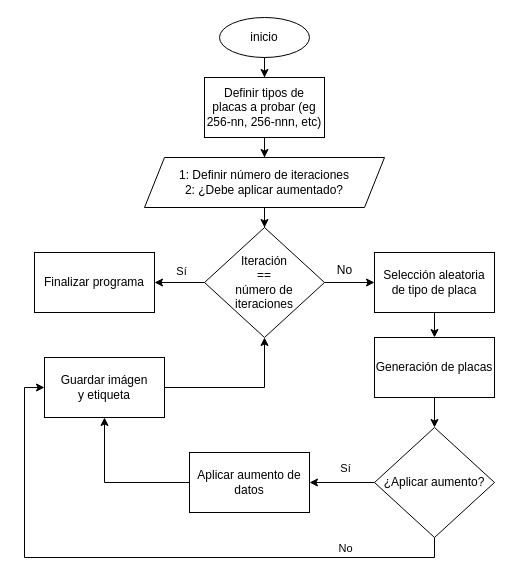
Above: doc/cap1/dibujos/generacion-de-multiples-imagenes.drawio in jcorea510/TFG-ANPR (draw.io), before the change. Source tidied: cells renumbered, new cells numbered last; positions are measured from the earlier drawing's top-left corner, leaving out a move shared by most shapes. Both pictures are drawn from the tidied source at 100%, with x=0, y=0 at pixel (24, 17).
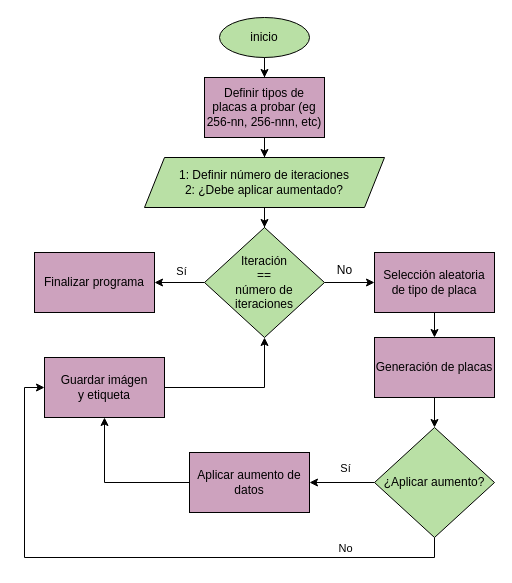
After the change.

Unchanged cells that the change refers to:
```xml
<mxCell id="22" style="edgeStyle=orthogonalEdgeStyle;rounded=0;jettySize=auto;html=1;entryX=0;entryY=0.5;entryDx=0;entryDy=0;exitX=0.5;exitY=1;exitDx=0;exitDy=0;" parent="1" edge="1" source="24" target="18">
  <mxGeometry relative="1" as="geometry">
    <Array as="points">
      <mxPoint x="410" y="540" />
      <mxPoint y="540" />
      <mxPoint y="370" />
    </Array>
  </mxGeometry>
</mxCell>
```

The edit, as a diff of the source:
```diff
@@
-    <mxCell id="2" style="edgeStyle=orthogonalEdgeStyle;rounded=0;jettySize=auto;html=1;entryX=0;entryY=0.5;entryDx=0;entryDy=0;" parent="1" edge="1" source="5" target="13">
+    <mxCell id="2" style="edgeStyle=orthogonalEdgeStyle;rounded=0;jettySize=auto;html=1;entryX=0;entryY=0.5;entryDx=0;entryDy=0;fontColor=#000000;" parent="1" edge="1" source="5" target="13">
       <mxGeometry relative="1" as="geometry" />
     </mxCell>
-    <mxCell id="3" style="edgeStyle=orthogonalEdgeStyle;rounded=0;jettySize=auto;html=1;entryX=1;entryY=0.5;entryDx=0;entryDy=0;" parent="1" edge="1" source="5" target="19">
+    <mxCell id="3" style="edgeStyle=orthogonalEdgeStyle;rounded=0;jettySize=auto;html=1;entryX=1;entryY=0.5;entryDx=0;entryDy=0;fontColor=#000000;" parent="1" edge="1" source="5" target="19">
       <mxGeometry relative="1" as="geometry" />
     </mxCell>
-    <mxCell id="4" value="Sí" style="edgeLabel;html=1;align=center;verticalAlign=middle;" parent="3" vertex="1">
+    <mxCell id="4" value="Sí" style="edgeLabel;html=1;align=center;verticalAlign=middle;fontColor=#000000;" parent="3" vertex="1">
       <mxGeometry x="-0.04" y="-2" relative="1" as="geometry">
         <mxPoint y="-10" as="offset" />
       </mxGeometry>
     </mxCell>
-    <mxCell id="5" value="Iteración&lt;div&gt;&amp;nbsp;==&amp;nbsp;&lt;br&gt;número de iteraciones&lt;/div&gt;" style="rhombus;whiteSpace=wrap;html=1;" parent="1" vertex="1">
+    <mxCell id="5" value="Iteración&lt;div&gt;&amp;nbsp;==&amp;nbsp;&lt;br&gt;número de iteraciones&lt;/div&gt;" style="rhombus;whiteSpace=wrap;html=1;fillColor=#B9E0A5;strokeColor=#000000;fontColor=#000000;" parent="1" vertex="1">
       <mxGeometry x="180" y="210" width="120" height="110" as="geometry" />
     </mxCell>
-    <mxCell id="6" style="edgeStyle=orthogonalEdgeStyle;rounded=0;jettySize=auto;html=1;entryX=0.5;entryY=0;entryDx=0;entryDy=0;" parent="1" edge="1" source="7" target="11">
+    <mxCell id="6" style="edgeStyle=orthogonalEdgeStyle;rounded=0;jettySize=auto;html=1;entryX=0.5;entryY=0;entryDx=0;entryDy=0;fontColor=#000000;" parent="1" edge="1" source="7" target="11">
       <mxGeometry relative="1" as="geometry" />
     </mxCell>
-    <mxCell id="7" value="inicio" style="ellipse;whiteSpace=wrap;html=1;" parent="1" vertex="1">
+    <mxCell id="7" value="inicio" style="ellipse;whiteSpace=wrap;html=1;fillColor=#B9E0A5;strokeColor=#000000;fontColor=#000000;" parent="1" vertex="1">
       <mxGeometry x="195" width="90" height="40" as="geometry" />
     </mxCell>
@@
-    <mxCell id="9" value="1: Definir número de iteraciones&lt;div&gt;2: ¿Debe aplicar aumentado?&lt;/div&gt;" style="shape=parallelogram;perimeter=parallelogramPerimeter;whiteSpace=wrap;html=1;fixedSize=1;" parent="1" vertex="1">
+    <mxCell id="9" value="1: Definir número de iteraciones&lt;div&gt;2: ¿Debe aplicar aumentado?&lt;/div&gt;" style="shape=parallelogram;perimeter=parallelogramPerimeter;whiteSpace=wrap;html=1;fixedSize=1;strokeColor=#000000;fillColor=#B9E0A5;fontColor=#000000;" parent="1" vertex="1">
       <mxGeometry x="120" y="140" width="240" height="50" as="geometry" />
     </mxCell>
-    <mxCell id="10" style="edgeStyle=orthogonalEdgeStyle;rounded=0;jettySize=auto;html=1;entryX=0.5;entryY=0;entryDx=0;entryDy=0;" parent="1" edge="1" source="11" target="9">
+    <mxCell id="10" style="edgeStyle=orthogonalEdgeStyle;rounded=0;jettySize=auto;html=1;entryX=0.5;entryY=0;entryDx=0;entryDy=0;fontColor=#000000;" parent="1" edge="1" source="11" target="9">
       <mxGeometry relative="1" as="geometry" />
     </mxCell>
-    <mxCell id="11" value="Definir tipos de placas a probar (eg 256-nn, 256-nnn, etc)" style="rounded=0;whiteSpace=wrap;html=1;" parent="1" vertex="1">
+    <mxCell id="11" value="Definir tipos de placas a probar (eg 256-nn, 256-nnn, etc)" style="rounded=0;whiteSpace=wrap;html=1;fillColor=#CDA2BE;strokeColor=#000000;fontColor=#000000;" parent="1" vertex="1">
       <mxGeometry x="180" y="60" width="120" height="60" as="geometry" />
     </mxCell>
-    <mxCell id="12" style="edgeStyle=orthogonalEdgeStyle;rounded=0;jettySize=auto;html=1;entryX=0.5;entryY=0;entryDx=0;entryDy=0;" parent="1" edge="1" source="13" target="15">
+    <mxCell id="12" style="edgeStyle=orthogonalEdgeStyle;rounded=0;jettySize=auto;html=1;entryX=0.5;entryY=0;entryDx=0;entryDy=0;fontColor=#000000;" parent="1" edge="1" source="13" target="15">
       <mxGeometry relative="1" as="geometry" />
     </mxCell>
-    <mxCell id="13" value="Selección aleatoria de tipo de placa" style="rounded=0;whiteSpace=wrap;html=1;" parent="1" vertex="1">
+    <mxCell id="13" value="Selección aleatoria de tipo de placa" style="rounded=0;whiteSpace=wrap;html=1;fillColor=#CDA2BE;fontColor=#000000;strokeColor=#000000;" parent="1" vertex="1">
       <mxGeometry x="350" y="235" width="120" height="60" as="geometry" />
     </mxCell>
-    <mxCell id="14" style="edgeStyle=orthogonalEdgeStyle;rounded=0;jettySize=auto;html=1;entryX=0.5;entryY=0;entryDx=0;entryDy=0;" parent="1" edge="1" source="15" target="24">
+    <mxCell id="14" style="edgeStyle=orthogonalEdgeStyle;rounded=0;jettySize=auto;html=1;entryX=0.5;entryY=0;entryDx=0;entryDy=0;fontColor=#000000;" parent="1" edge="1" source="15" target="24">
       <mxGeometry relative="1" as="geometry" />
     </mxCell>
-    <mxCell id="15" value="Generación de placas" style="rounded=0;whiteSpace=wrap;html=1;" parent="1" vertex="1">
+    <mxCell id="15" value="Generación de placas" style="rounded=0;whiteSpace=wrap;html=1;fillColor=#CDA2BE;fontColor=#000000;strokeColor=#000000;" parent="1" vertex="1">
       <mxGeometry x="350" y="320" width="120" height="60" as="geometry" />
     </mxCell>
-    <mxCell id="16" value="No" style="text;html=1;align=center;verticalAlign=middle;strokeColor=none;fillColor=none;" parent="1" vertex="1">
+    <mxCell id="16" value="No" style="text;html=1;align=center;verticalAlign=middle;strokeColor=none;fillColor=none;fontColor=#000000;" parent="1" vertex="1">
       <mxGeometry x="300" y="238" width="40" height="30" as="geometry" />
     </mxCell>
-    <mxCell id="17" style="edgeStyle=orthogonalEdgeStyle;rounded=0;jettySize=auto;html=1;entryX=0.5;entryY=1;entryDx=0;entryDy=0;" parent="1" edge="1" source="18" target="5">
+    <mxCell id="17" style="edgeStyle=orthogonalEdgeStyle;rounded=0;jettySize=auto;html=1;entryX=0.5;entryY=1;entryDx=0;entryDy=0;fontColor=#000000;" parent="1" edge="1" source="18" target="5">
       <mxGeometry relative="1" as="geometry" />
     </mxCell>
-    <mxCell id="18" value="Guardar imágen&lt;div&gt;y etiqueta&lt;/div&gt;" style="rounded=0;whiteSpace=wrap;html=1;" parent="1" vertex="1">
+    <mxCell id="18" value="Guardar imágen&lt;div&gt;y etiqueta&lt;/div&gt;" style="rounded=0;whiteSpace=wrap;html=1;fillColor=#CDA2BE;fontColor=#000000;strokeColor=#000000;" parent="1" vertex="1">
       <mxGeometry x="20" y="340" width="120" height="60" as="geometry" />
     </mxCell>
-    <mxCell id="19" value="Finalizar programa" style="rounded=0;whiteSpace=wrap;html=1;" parent="1" vertex="1">
+    <mxCell id="19" value="Finalizar programa" style="rounded=0;whiteSpace=wrap;html=1;fillColor=#CDA2BE;fontColor=#000000;strokeColor=#000000;" parent="1" vertex="1">
       <mxGeometry x="10" y="235" width="120" height="60" as="geometry" />
     </mxCell>
-    <mxCell id="20" style="edgeStyle=orthogonalEdgeStyle;rounded=0;jettySize=auto;html=1;entryX=1;entryY=0.5;entryDx=0;entryDy=0;" parent="1" edge="1" source="24" target="26">
+    <mxCell id="20" style="edgeStyle=orthogonalEdgeStyle;rounded=0;jettySize=auto;html=1;entryX=1;entryY=0.5;entryDx=0;entryDy=0;fontColor=#000000;" parent="1" edge="1" source="24" target="26">
       <mxGeometry relative="1" as="geometry" />
     </mxCell>
-    <mxCell id="21" value="Sí" style="edgeLabel;html=1;align=center;verticalAlign=middle;" parent="20" vertex="1">
+    <mxCell id="21" value="Sí" style="edgeLabel;html=1;align=center;verticalAlign=middle;fontColor=#000000;" parent="20" vertex="1">
       <mxGeometry x="-0.02" y="-2" relative="1" as="geometry">
         <mxPoint x="2" y="-13" as="offset" />
       </mxGeometry>
     </mxCell>
@@
-    <mxCell id="23" value="No" style="edgeLabel;html=1;align=center;verticalAlign=middle;" parent="22" vertex="1">
+    <mxCell id="23" value="No" style="edgeLabel;html=1;align=center;verticalAlign=middle;fontColor=#000000;" parent="22" vertex="1">
       <mxGeometry x="-0.66" y="-1" relative="1" as="geometry">
         <mxPoint x="-5" y="-9" as="offset" />
       </mxGeometry>
     </mxCell>
-    <mxCell id="24" value="¿Aplicar aumento?" style="rhombus;whiteSpace=wrap;html=1;" parent="1" vertex="1">
+    <mxCell id="24" value="¿Aplicar aumento?" style="rhombus;whiteSpace=wrap;html=1;fillColor=#B9E0A5;fontColor=#000000;strokeColor=#000000;" parent="1" vertex="1">
       <mxGeometry x="350" y="410" width="120" height="110" as="geometry" />
     </mxCell>
-    <mxCell id="25" style="edgeStyle=orthogonalEdgeStyle;rounded=0;jettySize=auto;html=1;entryX=0.5;entryY=1;entryDx=0;entryDy=0;" parent="1" edge="1" source="26" target="18">
+    <mxCell id="25" style="edgeStyle=orthogonalEdgeStyle;rounded=0;jettySize=auto;html=1;entryX=0.5;entryY=1;entryDx=0;entryDy=0;fontColor=#000000;" parent="1" edge="1" source="26" target="18">
       <mxGeometry relative="1" as="geometry" />
     </mxCell>
-    <mxCell id="26" value="Aplicar aumento de datos" style="rounded=0;whiteSpace=wrap;html=1;" parent="1" vertex="1">
+    <mxCell id="26" value="Aplicar aumento de datos" style="rounded=0;whiteSpace=wrap;html=1;fillColor=#CDA2BE;fontColor=#000000;strokeColor=#000000;" parent="1" vertex="1">
       <mxGeometry x="165" y="435" width="120" height="60" as="geometry" />
     </mxCell>
```
